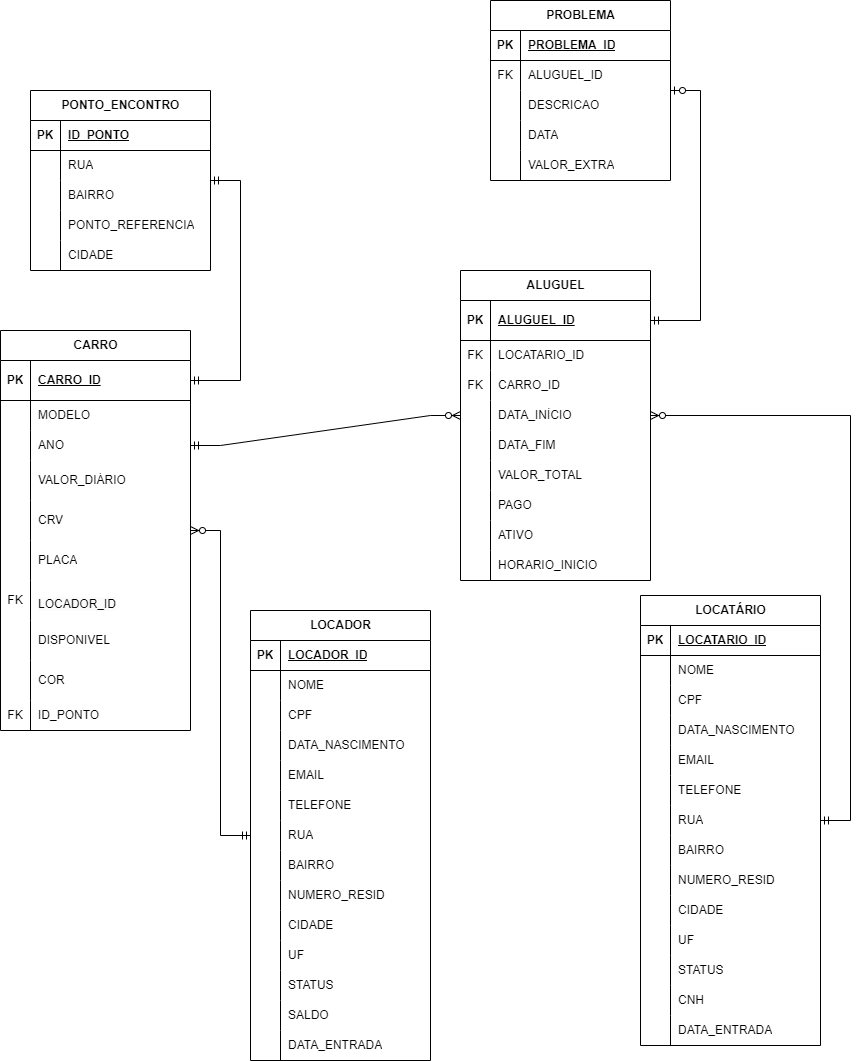
Above: assets/database/ModeloRelacional.drawio.png in ICEI-PUC-Minas-PPLES-TI/plf-es-2024-1-ti2-1372100-grupo-1-wheelson (draw.io), before the change. Source tidied: cells renumbered, new cells last; positions are measured from the earlier drawing's top-left corner, leaving out a move shared by most shapes.
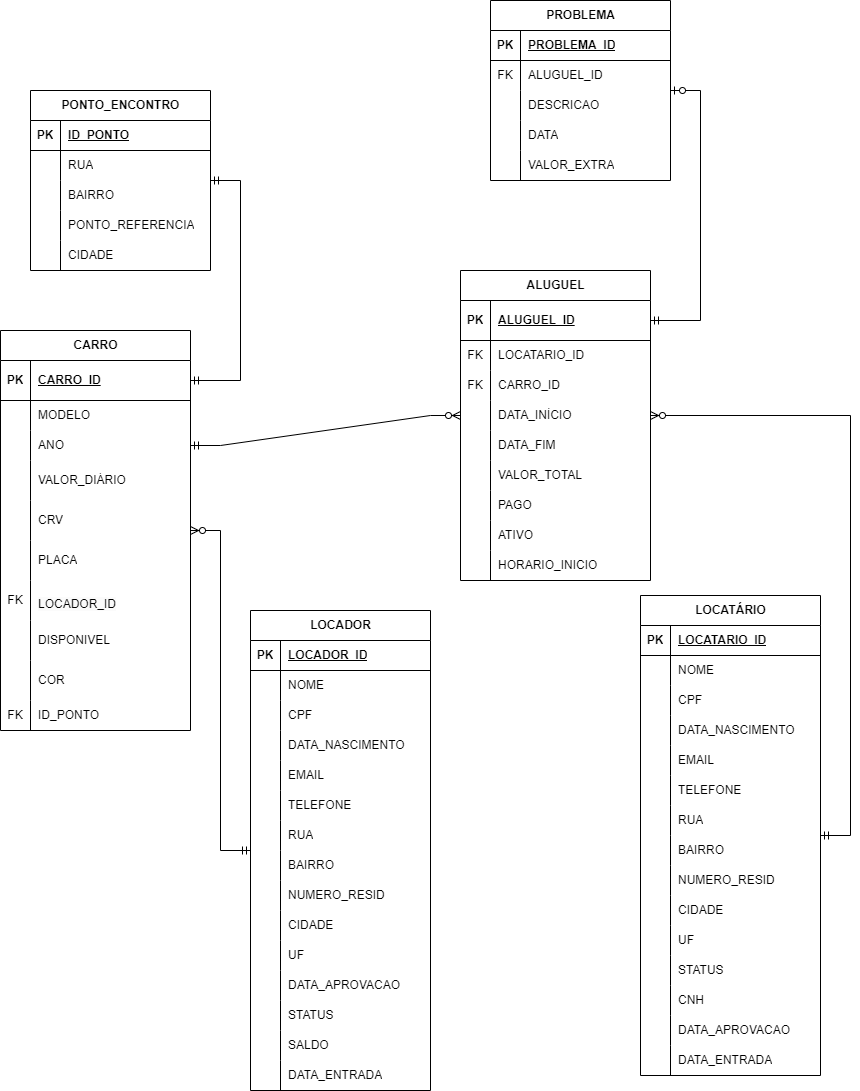
After the commit.

Commit message:
update: Modelo Relacional

What changed in the source:
```diff
@@ -3,7 +3,7 @@
     <mxCell id="0" />
     <mxCell id="1" parent="0" />
     <mxCell id="2" value="LOCADOR" style="shape=table;startSize=30;rowLines=0;fontStyle=1;align=center;html=1;" parent="1" vertex="1">
-      <mxGeometry x="250" y="610" width="180" height="450" as="geometry" />
+      <mxGeometry x="250" y="610" width="180" height="480" as="geometry" />
     </mxCell>
     <mxCell id="3" style="shape=tableRow;horizontal=0;startSize=0;swimlaneHead=0;swimlaneBody=0;fillColor=none;top=0;left=0;right=0;bottom=1;" parent="2" vertex="1">
       <mxGeometry y="30" width="180" height="30" as="geometry" />
@@ -104,8 +104,17 @@
     <mxCell id="35" value="UF" style="shape=partialRectangle;fillColor=none;top=0;left=0;bottom=0;right=0;align=left;spacingLeft=6;overflow=hidden;whiteSpace=wrap;html=1;" parent="33" vertex="1">
       <mxGeometry x="30" width="150" height="30" as="geometry" />
     </mxCell>
+    <mxCell id="184" style="shape=tableRow;horizontal=0;startSize=0;swimlaneHead=0;swimlaneBody=0;top=0;left=0;bottom=0;right=0;fillColor=none;" parent="2" vertex="1">
+      <mxGeometry y="360" width="180" height="30" as="geometry" />
+    </mxCell>
+    <mxCell id="185" style="shape=partialRectangle;html=1;whiteSpace=wrap;fillColor=none;top=0;left=0;bottom=0;right=0;overflow=hidden;" parent="184" vertex="1">
+      <mxGeometry width="30" height="30" as="geometry" />
+    </mxCell>
+    <mxCell id="186" value="DATA_APROVACAO" style="shape=partialRectangle;html=1;whiteSpace=wrap;fillColor=none;top=0;left=0;bottom=0;right=0;align=left;spacingLeft=6;overflow=hidden;" parent="184" vertex="1">
+      <mxGeometry x="30" width="150" height="30" as="geometry" />
+    </mxCell>
     <mxCell id="36" style="shape=tableRow;horizontal=0;startSize=0;swimlaneHead=0;swimlaneBody=0;fillColor=none;top=0;left=0;right=0;bottom=0;" parent="2" vertex="1">
-      <mxGeometry y="360" width="180" height="30" as="geometry" />
+      <mxGeometry y="390" width="180" height="30" as="geometry" />
     </mxCell>
     <mxCell id="37" style="shape=partialRectangle;fillColor=none;top=0;left=0;bottom=0;right=0;overflow=hidden;whiteSpace=wrap;html=1;" parent="36" vertex="1">
       <mxGeometry width="30" height="30" as="geometry" />
@@ -114,7 +123,7 @@
       <mxGeometry x="30" width="150" height="30" as="geometry" />
     </mxCell>
     <mxCell id="39" style="shape=tableRow;horizontal=0;startSize=0;swimlaneHead=0;swimlaneBody=0;fillColor=none;top=0;left=0;right=0;bottom=0;" parent="2" vertex="1">
-      <mxGeometry y="390" width="180" height="30" as="geometry" />
+      <mxGeometry y="420" width="180" height="30" as="geometry" />
     </mxCell>
     <mxCell id="40" style="shape=partialRectangle;fillColor=none;top=0;left=0;bottom=0;right=0;overflow=hidden;whiteSpace=wrap;html=1;" parent="39" vertex="1">
       <mxGeometry width="30" height="30" as="geometry" />
@@ -123,7 +132,7 @@
       <mxGeometry x="30" width="150" height="30" as="geometry" />
     </mxCell>
     <mxCell id="42" style="shape=tableRow;horizontal=0;startSize=0;swimlaneHead=0;swimlaneBody=0;fillColor=none;top=0;left=0;right=0;bottom=0;" parent="2" vertex="1">
-      <mxGeometry y="420" width="180" height="30" as="geometry" />
+      <mxGeometry y="450" width="180" height="30" as="geometry" />
     </mxCell>
     <mxCell id="43" style="shape=partialRectangle;fillColor=none;top=0;left=0;bottom=0;right=0;overflow=hidden;whiteSpace=wrap;html=1;" parent="42" vertex="1">
       <mxGeometry width="30" height="30" as="geometry" />
@@ -132,7 +141,7 @@
       <mxGeometry x="30" width="150" height="30" as="geometry" />
     </mxCell>
     <mxCell id="45" value="LOCATÁRIO" style="shape=table;startSize=30;rowLines=0;fontStyle=1;align=center;html=1;" parent="1" vertex="1">
-      <mxGeometry x="640" y="595" width="180" height="450" as="geometry" />
+      <mxGeometry x="640" y="595" width="180" height="480" as="geometry" />
     </mxCell>
     <mxCell id="46" style="shape=tableRow;horizontal=0;startSize=0;swimlaneHead=0;swimlaneBody=0;fillColor=none;top=0;left=0;right=0;bottom=1;" parent="45" vertex="1">
       <mxGeometry y="30" width="180" height="30" as="geometry" />
@@ -251,8 +260,17 @@
     <mxCell id="84" value="CNH" style="shape=partialRectangle;fillColor=none;top=0;left=0;bottom=0;right=0;align=left;spacingLeft=6;overflow=hidden;whiteSpace=wrap;html=1;" parent="82" vertex="1">
       <mxGeometry x="30" width="150" height="30" as="geometry" />
     </mxCell>
+    <mxCell id="187" style="shape=tableRow;horizontal=0;startSize=0;swimlaneHead=0;swimlaneBody=0;top=0;left=0;bottom=0;right=0;fillColor=none;" parent="45" vertex="1">
+      <mxGeometry y="420" width="180" height="30" as="geometry" />
+    </mxCell>
+    <mxCell id="188" style="shape=partialRectangle;html=1;whiteSpace=wrap;fillColor=none;top=0;left=0;bottom=0;right=0;overflow=hidden;" parent="187" vertex="1">
+      <mxGeometry width="30" height="30" as="geometry" />
+    </mxCell>
+    <mxCell id="189" value="DATA_APROVACAO" style="shape=partialRectangle;html=1;whiteSpace=wrap;fillColor=none;top=0;left=0;bottom=0;right=0;align=left;spacingLeft=6;overflow=hidden;" parent="187" vertex="1">
+      <mxGeometry x="30" width="150" height="30" as="geometry" />
+    </mxCell>
     <mxCell id="85" style="shape=tableRow;horizontal=0;startSize=0;swimlaneHead=0;swimlaneBody=0;fillColor=none;top=0;left=0;right=0;bottom=0;" parent="45" vertex="1">
-      <mxGeometry y="420" width="180" height="30" as="geometry" />
+      <mxGeometry y="450" width="180" height="30" as="geometry" />
     </mxCell>
     <mxCell id="86" style="shape=partialRectangle;fillColor=none;top=0;left=0;bottom=0;right=0;overflow=hidden;whiteSpace=wrap;html=1;" parent="85" vertex="1">
       <mxGeometry width="30" height="30" as="geometry" />
```
